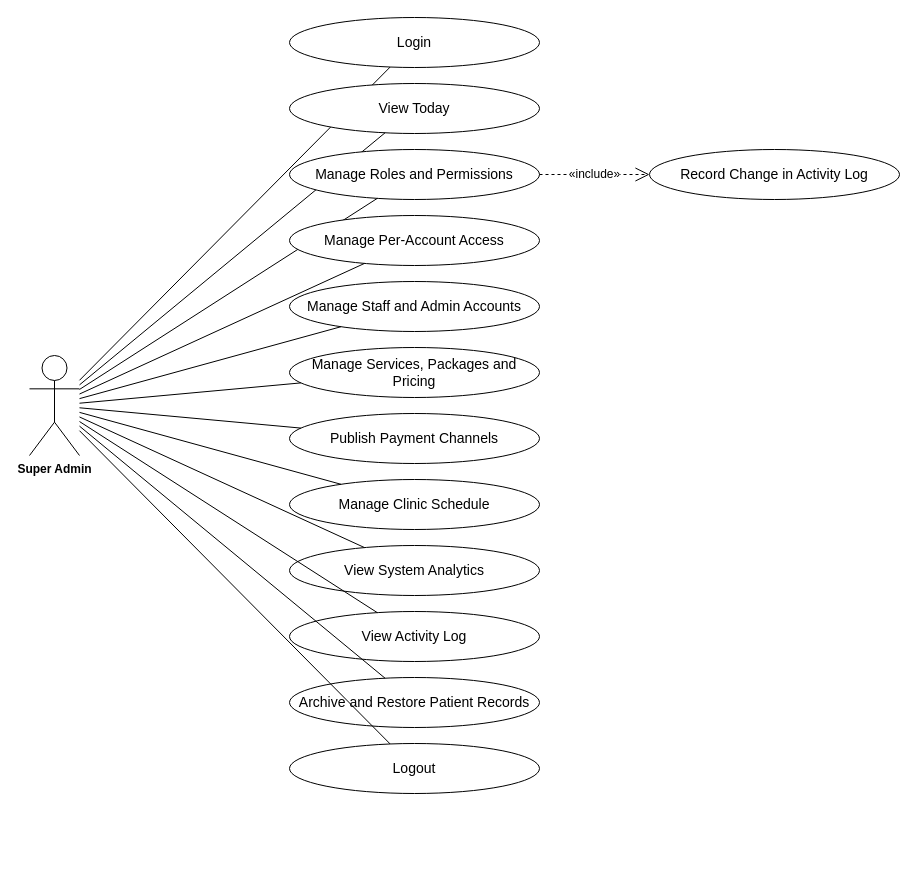
The draw.io diagram page "Super Admin" (1 of 8) of docs/diagrams/usecases.drawio in Diazzzz-cpu/Enlogada-Clinic-Management-System, before the edit. Source tidied: cells renumbered, new cells numbered last; positions are measured from the earlier drawing's top-left corner, leaving out a move shared by most shapes. Both pictures are drawn from the tidied source at 100%, with x=0, y=0 at pixel (29, 17).
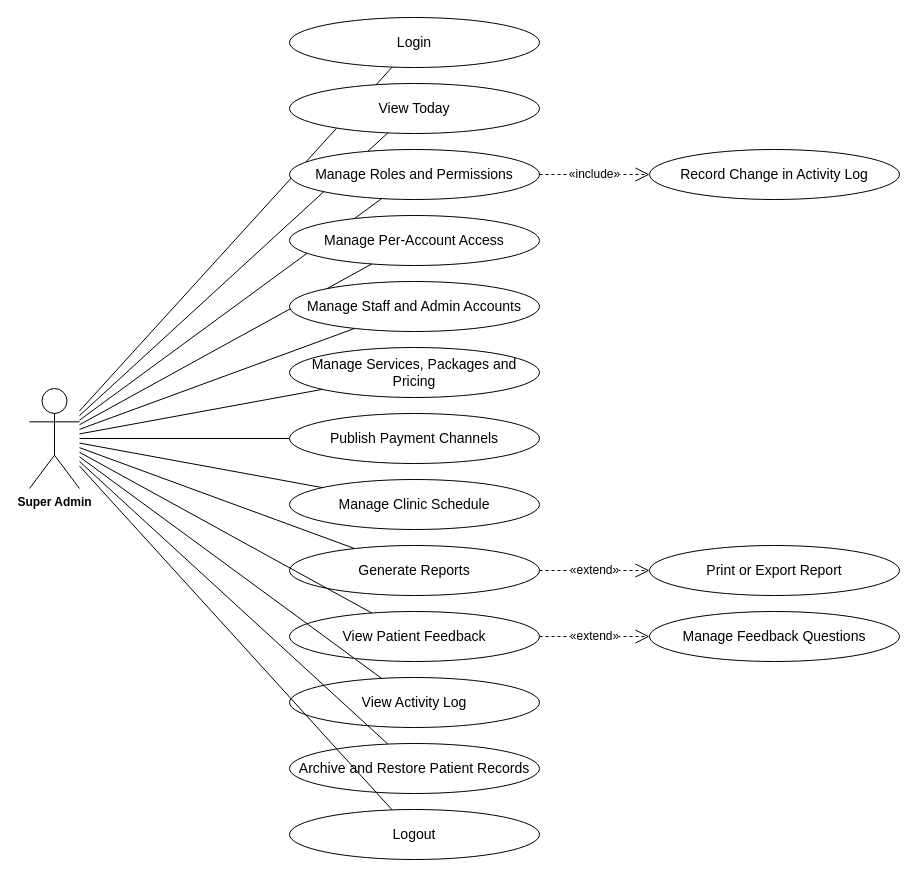
The same page after the edit.

Unchanged cells that the change refers to:
```xml
<mxCell id="7" value="Manage Roles and Permissions" style="ellipse;whiteSpace=wrap;html=1;fontFamily=Helvetica;fontSize=14;fontColor=#000000;strokeColor=#000000;" parent="1" vertex="1">
  <mxGeometry x="260" y="132" width="250" height="50" as="geometry" />
</mxCell>
```

The edit, as a diff of the source:
```diff
@@
     <mxCell id="2" value="Super Admin" style="shape=umlActor;verticalLabelPosition=bottom;verticalAlign=top;html=1;outlineConnect=0;fontFamily=Helvetica;fontSize=12;fontStyle=1;" parent="1" vertex="1">
-      <mxGeometry y="338" width="50" height="100" as="geometry" />
+      <mxGeometry y="371" width="50" height="100" as="geometry" />
     </mxCell>
@@
-    <mxCell id="19" value="View System Analytics" style="ellipse;whiteSpace=wrap;html=1;fontFamily=Helvetica;fontSize=14;fontColor=#000000;strokeColor=#000000;" parent="1" vertex="1">
+    <mxCell id="19" value="Generate Reports" style="ellipse;whiteSpace=wrap;html=1;fontFamily=Helvetica;fontSize=14;fontColor=#000000;strokeColor=#000000;" parent="1" vertex="1">
       <mxGeometry x="260" y="528" width="250" height="50" as="geometry" />
     </mxCell>
@@
-    <mxCell id="21" value="View Activity Log" style="ellipse;whiteSpace=wrap;html=1;fontFamily=Helvetica;fontSize=14;fontColor=#000000;strokeColor=#000000;" parent="1" vertex="1">
+    <mxCell id="21" value="View Patient Feedback" style="ellipse;whiteSpace=wrap;html=1;fontFamily=Helvetica;fontSize=14;fontColor=#000000;strokeColor=#000000;" parent="1" vertex="1">
       <mxGeometry x="260" y="594" width="250" height="50" as="geometry" />
     </mxCell>
@@
-    <mxCell id="23" value="Archive and Restore Patient Records" style="ellipse;whiteSpace=wrap;html=1;fontFamily=Helvetica;fontSize=14;fontColor=#000000;strokeColor=#000000;" parent="1" vertex="1">
+    <mxCell id="23" value="View Activity Log" style="ellipse;whiteSpace=wrap;html=1;fontFamily=Helvetica;fontSize=14;fontColor=#000000;strokeColor=#000000;" parent="1" vertex="1">
       <mxGeometry x="260" y="660" width="250" height="50" as="geometry" />
     </mxCell>
@@
-    <mxCell id="25" value="Logout" style="ellipse;whiteSpace=wrap;html=1;fontFamily=Helvetica;fontSize=14;fontColor=#000000;strokeColor=#000000;" parent="1" vertex="1">
+    <mxCell id="25" value="Archive and Restore Patient Records" style="ellipse;whiteSpace=wrap;html=1;fontFamily=Helvetica;fontSize=14;fontColor=#000000;strokeColor=#000000;" parent="1" vertex="1">
       <mxGeometry x="260" y="726" width="250" height="50" as="geometry" />
     </mxCell>
@@
-    <mxCell id="27" value="Record Change in Activity Log" style="ellipse;whiteSpace=wrap;html=1;fontFamily=Helvetica;fontSize=14;fontColor=#000000;strokeColor=#000000;" parent="1" vertex="1">
-      <mxGeometry x="620" y="132" width="250" height="50" as="geometry" />
+    <mxCell id="27" value="Logout" style="ellipse;whiteSpace=wrap;html=1;fontFamily=Helvetica;fontSize=14;fontColor=#000000;strokeColor=#000000;" parent="1" vertex="1">
+      <mxGeometry x="260" y="792" width="250" height="50" as="geometry" />
     </mxCell>
-    <mxCell id="28" value="«include»" style="endArrow=open;endSize=12;dashed=1;html=1;fontFamily=Helvetica;fontSize=12;fontColor=#000000;strokeColor=#000000;" parent="1" edge="1" source="7" target="27">
+    <mxCell id="28" style="edgeStyle=none;rounded=0;html=1;endArrow=none;fontFamily=Helvetica;fontSize=12;fontColor=#000000;strokeColor=#000000;" parent="1" edge="1" source="2" target="27">
       <mxGeometry relative="1" as="geometry" />
     </mxCell>
+    <mxCell id="29" value="Record Change in Activity Log" style="ellipse;whiteSpace=wrap;html=1;fontFamily=Helvetica;fontSize=14;fontColor=#000000;strokeColor=#000000;" parent="1" vertex="1">
+      <mxGeometry x="620" y="132" width="250" height="50" as="geometry" />
+    </mxCell>
+    <mxCell id="30" value="«include»" style="endArrow=open;endSize=12;dashed=1;html=1;fontFamily=Helvetica;fontSize=12;fontColor=#000000;strokeColor=#000000;" parent="1" edge="1" source="7" target="29">
+      <mxGeometry relative="1" as="geometry" />
+    </mxCell>
+    <mxCell id="31" value="Print or Export Report" style="ellipse;whiteSpace=wrap;html=1;fontFamily=Helvetica;fontSize=14;fontColor=#000000;strokeColor=#000000;" parent="1" vertex="1">
+      <mxGeometry x="620" y="528" width="250" height="50" as="geometry" />
+    </mxCell>
+    <mxCell id="32" value="«extend»" style="endArrow=open;endSize=12;dashed=1;html=1;fontFamily=Helvetica;fontSize=12;fontColor=#000000;strokeColor=#000000;" parent="1" edge="1" source="19" target="31">
+      <mxGeometry relative="1" as="geometry" />
+    </mxCell>
+    <mxCell id="33" value="Manage Feedback Questions" style="ellipse;whiteSpace=wrap;html=1;fontFamily=Helvetica;fontSize=14;fontColor=#000000;strokeColor=#000000;" parent="1" vertex="1">
+      <mxGeometry x="620" y="594" width="250" height="50" as="geometry" />
+    </mxCell>
+    <mxCell id="34" value="«extend»" style="endArrow=open;endSize=12;dashed=1;html=1;fontFamily=Helvetica;fontSize=12;fontColor=#000000;strokeColor=#000000;" parent="1" edge="1" source="21" target="33">
+      <mxGeometry relative="1" as="geometry" />
+    </mxCell>
```
